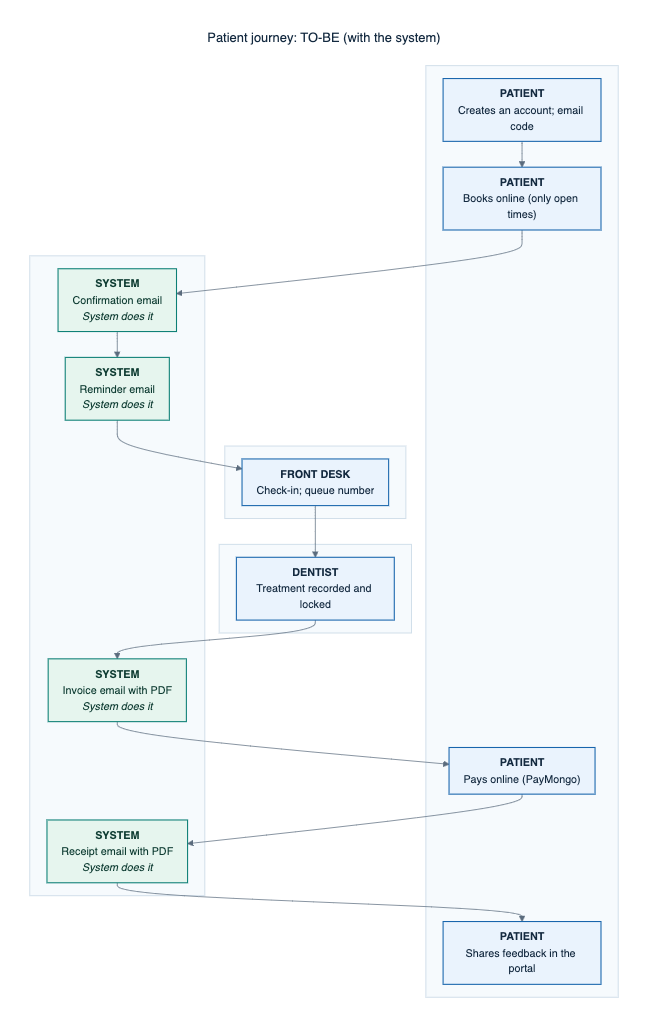
Earlier version of the Mermaid export docs/defense/diagrams/png/overview-to-be.png (0phem/multibranch-dental-clinic). Its source is kept beside it as docs/defense/diagrams/overview-to-be.mmd.
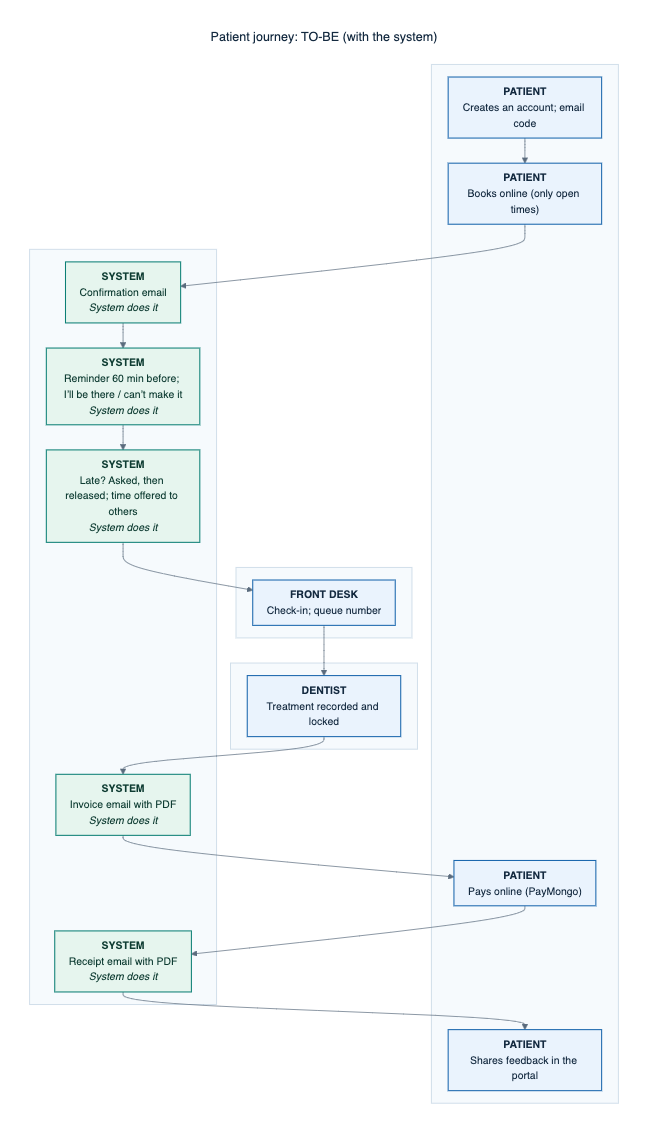
Later version of the same file.

What changed in the source:
```diff
@@ -6,23 +6,24 @@
     direction LR
       S0["<b>PATIENT</b><br/>Creates an account; email code"]:::manual
       S1["<b>PATIENT</b><br/>Books online (only open times)"]:::manual
-      S7["<b>PATIENT</b><br/>Pays online (PayMongo)"]:::manual
-      S9["<b>PATIENT</b><br/>Shares feedback in the portal"]:::manual
+      S8["<b>PATIENT</b><br/>Pays online (PayMongo)"]:::manual
+      S10["<b>PATIENT</b><br/>Shares feedback in the portal"]:::manual
     end
     subgraph L1[" "]
     direction LR
-      S4["<b>FRONT DESK</b><br/>Check-in; queue number"]:::manual
+      S5["<b>FRONT DESK</b><br/>Check-in; queue number"]:::manual
     end
     subgraph L2[" "]
     direction LR
-      S5["<b>DENTIST</b><br/>Treatment recorded and locked"]:::manual
+      S6["<b>DENTIST</b><br/>Treatment recorded and locked"]:::manual
     end
     subgraph L4[" "]
     direction LR
       S2["<b>SYSTEM</b><br/>Confirmation email<br/><i>System does it</i>"]:::auto
-      S3["<b>SYSTEM</b><br/>Reminder email<br/><i>System does it</i>"]:::auto
-      S6["<b>SYSTEM</b><br/>Invoice email with PDF<br/><i>System does it</i>"]:::auto
-      S8["<b>SYSTEM</b><br/>Receipt email with PDF<br/><i>System does it</i>"]:::auto
+      S3["<b>SYSTEM</b><br/>Reminder 60 min before; I’ll be there / can’t make it<br/><i>System does it</i>"]:::auto
+      S4["<b>SYSTEM</b><br/>Late? Asked, then released; time offered to others<br/><i>System does it</i>"]:::auto
+      S7["<b>SYSTEM</b><br/>Invoice email with PDF<br/><i>System does it</i>"]:::auto
+      S9["<b>SYSTEM</b><br/>Receipt email with PDF<br/><i>System does it</i>"]:::auto
     end
     S0 --> S1
     S1 --> S2
@@ -33,6 +34,7 @@
     S6 --> S7
     S7 --> S8
     S8 --> S9
+    S9 --> S10
     classDef cited fill:#eaf3fd,stroke:#1865ac,color:#142a40,stroke-width:1.5px
     classDef confirm fill:#fffaf0,stroke:#b26a00,color:#5e3c00,stroke-width:1.5px,stroke-dasharray:6 4
     classDef auto fill:#e6f5ee,stroke:#0c7f75,color:#0f3d33,stroke-width:1.5px
```
